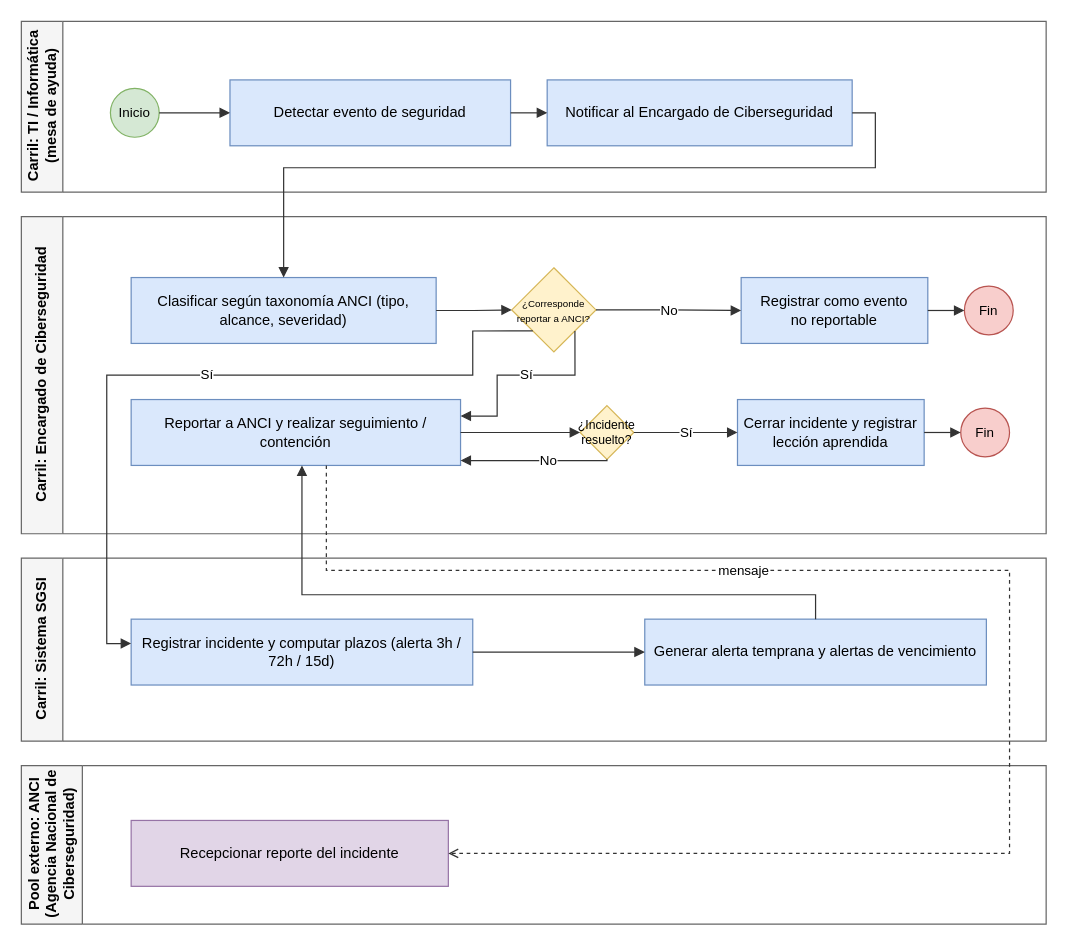
The draw.io diagram Documentacion/Entregas/U2-Desarrollo_e_Implementacion/03_bpmn/03b_proceso_incidentes.drawio in pbahamondez-inacap/proyectotitulo-inacap-Pbahamondez, before the edit. Source tidied: cells renumbered, new cells numbered last; positions are measured from the earlier drawing's top-left corner, leaving out a move shared by most shapes. Both pictures are drawn from the tidied source at 122%, with x=0, y=0 at pixel (21, 21).
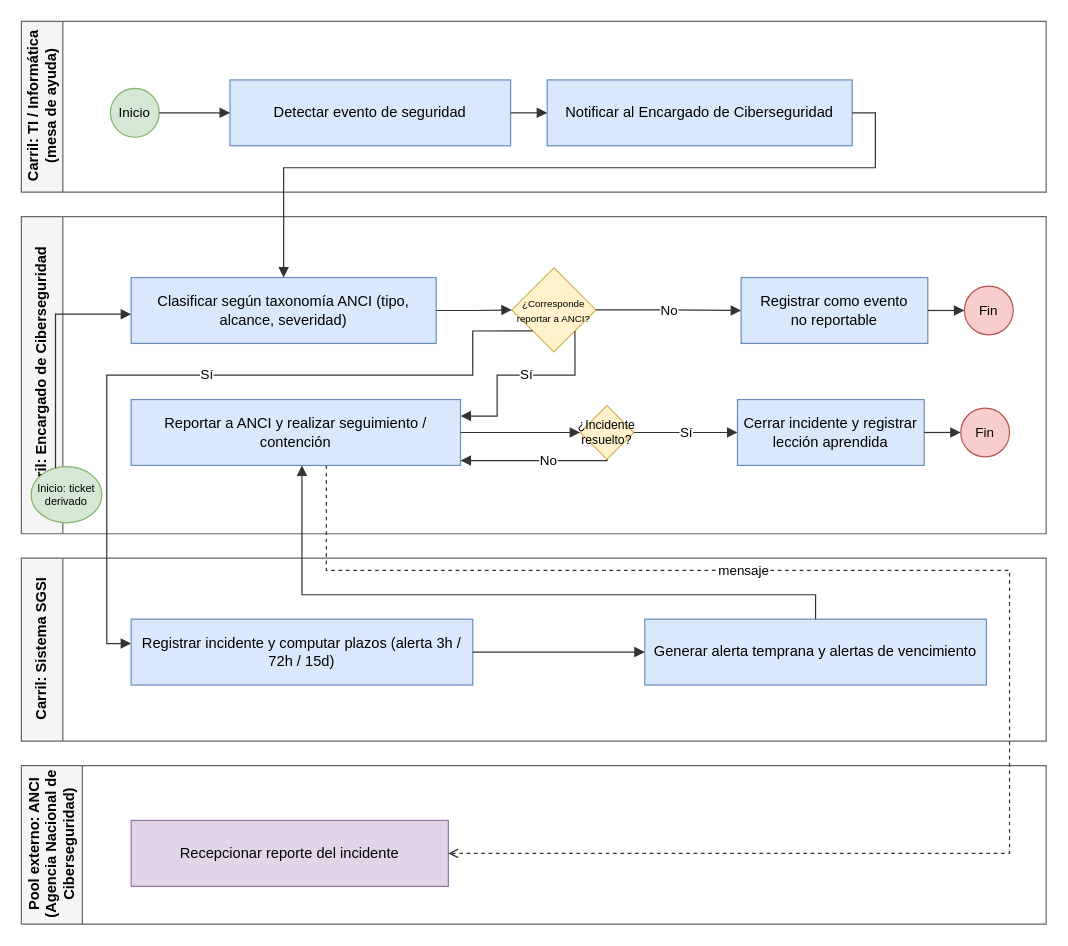
After the change.

The change refers to these unchanged cells:
```xml
<mxCell id="6" value="Carril: Encargado de Ciberseguridad" style="swimlane;html=1;startSize=34;horizontal=0;fontStyle=1;fillColor=#f5f5f5;strokeColor=#666666;swimlaneFillColor=#ffffff;" parent="1" vertex="1">
  <mxGeometry y="160" width="840" height="260" as="geometry" />
</mxCell>
<mxCell id="7" value="Clasificar según taxonomía ANCI (tipo, alcance, severidad)" style="rounded=0;whiteSpace=wrap;html=1;fillColor=#dae8fc;strokeColor=#6c8ebf;fontSize=12;" parent="6" vertex="1">
  <mxGeometry x="90" y="50" width="250" height="54" as="geometry" />
</mxCell>
```

Diff of the diagram source:
```diff
@@
+    <mxCell id="35" value="Inicio: ticket derivado" style="ellipse;whiteSpace=wrap;html=1;fillColor=#d5e8d4;strokeColor=#82b366;fontSize=9;" parent="6" vertex="1">
+      <mxGeometry x="8" y="205" width="58" height="46" as="geometry" />
+    </mxCell>
+    <mxCell id="36" style="edgeStyle=orthogonalEdgeStyle;rounded=0;html=1;endArrow=block;strokeColor=#333333;" parent="1" edge="1" source="35" target="7">
+      <mxGeometry relative="1" as="geometry">
+        <Array as="points">
+          <mxPoint x="28" y="388" />
+          <mxPoint x="28" y="240" />
+          <mxPoint x="90" y="240" />
+        </Array>
+      </mxGeometry>
+    </mxCell>
```
